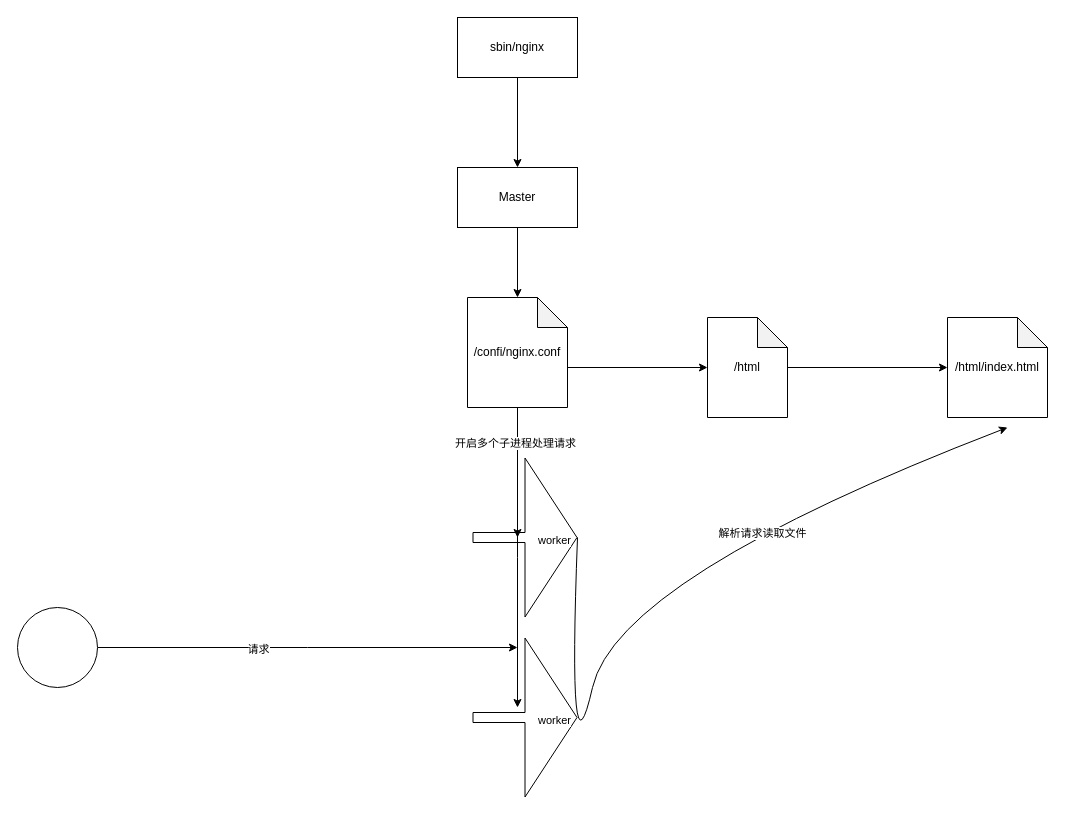
Above: repo/nginx_framework.drawio in chenanddom/Charts (draw.io), before the change. Source tidied: cells renumbered, new cells numbered last; positions are measured from the earlier drawing's top-left corner, leaving out a move shared by most shapes. Both pictures are drawn from the tidied source at 100%, with x=0, y=0 at pixel (17, 17).
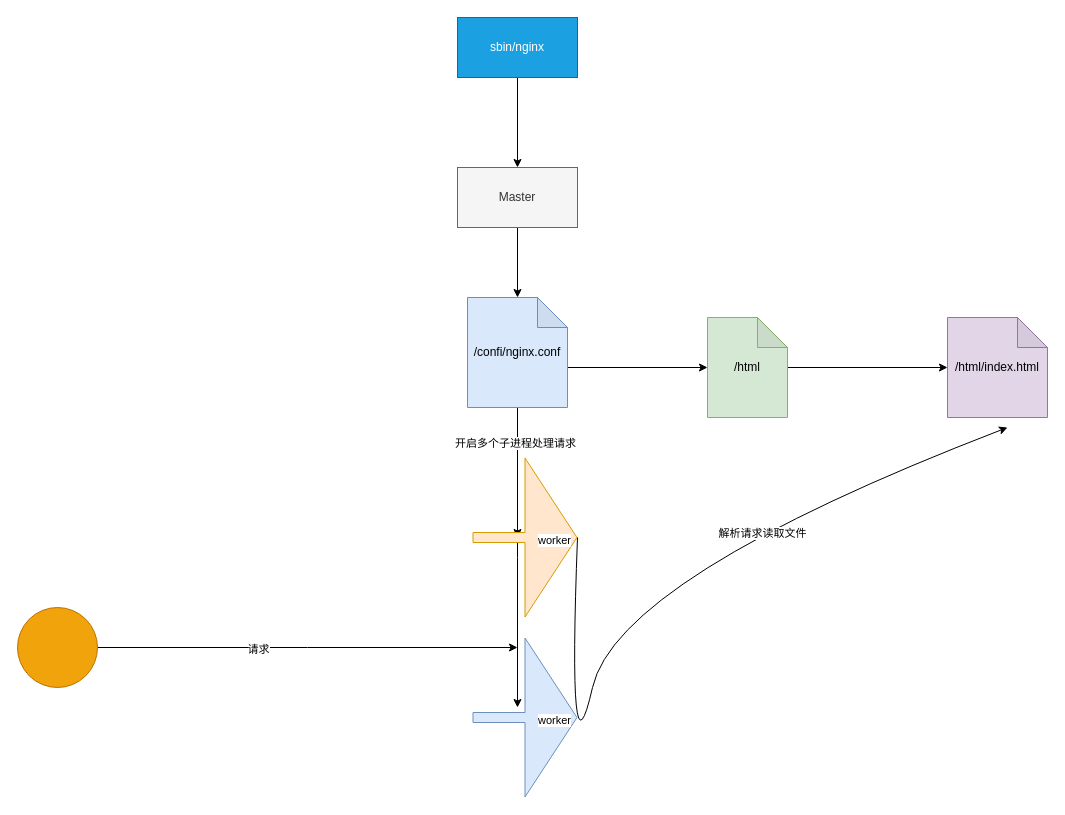
The same diagram, later.

What changed in the source:
```diff
@@
-    <mxCell id="3" value="Master" style="rounded=0;whiteSpace=wrap;html=1;" parent="1" vertex="1">
+    <mxCell id="3" value="Master" style="rounded=0;whiteSpace=wrap;html=1;fillColor=#f5f5f5;fontColor=#333333;strokeColor=#666666;" parent="1" vertex="1">
       <mxGeometry x="440" y="150" width="120" height="60" as="geometry" />
     </mxCell>
@@
-    <mxCell id="5" value="sbin/nginx" style="rounded=0;whiteSpace=wrap;html=1;" parent="1" vertex="1">
+    <mxCell id="5" value="sbin/nginx" style="rounded=0;whiteSpace=wrap;html=1;fillColor=#1ba1e2;fontColor=#ffffff;strokeColor=#006EAF;" parent="1" vertex="1">
       <mxGeometry x="440" width="120" height="60" as="geometry" />
     </mxCell>
@@
-    <mxCell id="10" value="/confi/nginx.conf" style="shape=note;whiteSpace=wrap;html=1;backgroundOutline=1;darkOpacity=0.05;" parent="1" vertex="1">
+    <mxCell id="10" value="/confi/nginx.conf" style="shape=note;whiteSpace=wrap;html=1;backgroundOutline=1;darkOpacity=0.05;fillColor=#dae8fc;strokeColor=#6c8ebf;" parent="1" vertex="1">
       <mxGeometry x="450" y="280" width="100" height="110" as="geometry" />
     </mxCell>
@@
-    <mxCell id="12" value="/html" style="shape=note;whiteSpace=wrap;html=1;backgroundOutline=1;darkOpacity=0.05;" parent="1" vertex="1">
+    <mxCell id="12" value="/html" style="shape=note;whiteSpace=wrap;html=1;backgroundOutline=1;darkOpacity=0.05;fillColor=#d5e8d4;strokeColor=#82b366;" parent="1" vertex="1">
       <mxGeometry x="690" y="300" width="80" height="100" as="geometry" />
     </mxCell>
-    <mxCell id="13" value="/html/index.html" style="shape=note;whiteSpace=wrap;html=1;backgroundOutline=1;darkOpacity=0.05;" parent="1" vertex="1">
+    <mxCell id="13" value="/html/index.html" style="shape=note;whiteSpace=wrap;html=1;backgroundOutline=1;darkOpacity=0.05;fillColor=#e1d5e7;strokeColor=#9673a6;" parent="1" vertex="1">
       <mxGeometry x="930" y="300" width="100" height="100" as="geometry" />
     </mxCell>
-    <mxCell id="14" style="shape=flexArrow;endArrow=classic;html=1;rounded=0;endWidth=148;endSize=17;" parent="1" edge="1">
+    <mxCell id="14" style="shape=flexArrow;endArrow=classic;html=1;rounded=0;endWidth=148;endSize=17;fillColor=#ffe6cc;strokeColor=#d79b00;" parent="1" edge="1">
       <mxGeometry relative="1" as="geometry">
         <mxPoint x="455" y="520" as="sourcePoint" />
         <mxPoint x="560" y="520" as="targetPoint" />
       </mxGeometry>
     </mxCell>
@@
-    <mxCell id="16" style="shape=flexArrow;endArrow=classic;html=1;rounded=0;endWidth=148;endSize=17;" parent="1" edge="1">
+    <mxCell id="16" style="shape=flexArrow;endArrow=classic;html=1;rounded=0;endWidth=148;endSize=17;fillColor=#dae8fc;strokeColor=#6c8ebf;" parent="1" edge="1">
       <mxGeometry relative="1" as="geometry">
         <mxPoint x="455" y="700" as="sourcePoint" />
         <mxPoint x="560" y="700" as="targetPoint" />
       </mxGeometry>
     </mxCell>
@@
-    <mxCell id="22" style="ellipse;whiteSpace=wrap;html=1;" parent="1" vertex="1">
+    <mxCell id="22" style="ellipse;whiteSpace=wrap;html=1;fillColor=#f0a30a;fontColor=#000000;strokeColor=#BD7000;" parent="1" vertex="1">
       <mxGeometry y="590" width="80" height="80" as="geometry" />
     </mxCell>
```
